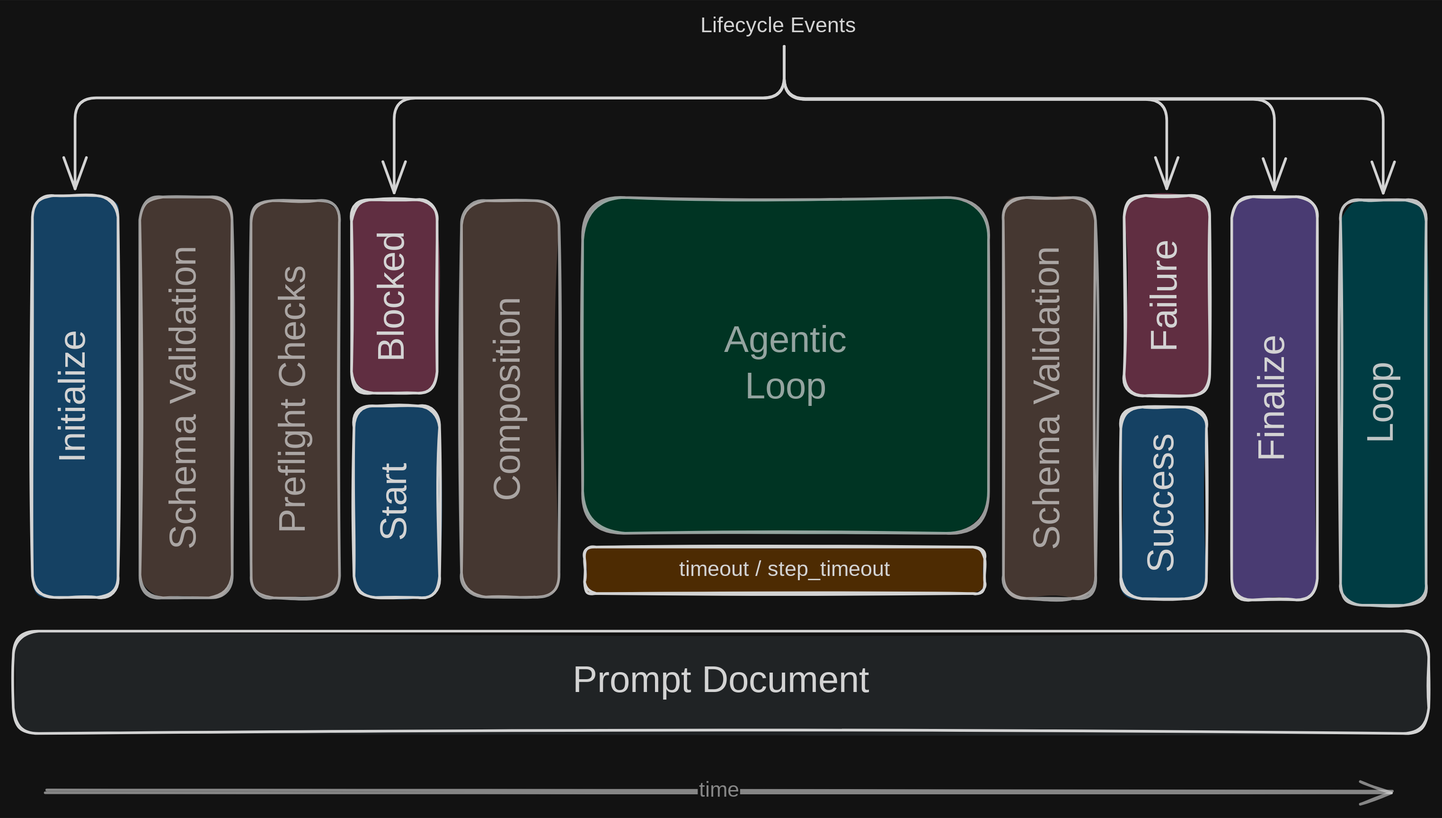
This is claudine/docs/getting-started/lifecycle.excalidraw.svg from yankeeinlondon/rusty-biscuit, a Excalidraw export, as it was before one commit. Source tidied: one line per element, renumbered; positions are measured from the earlier drawing's top-left corner, leaving out a move shared by most shapes.
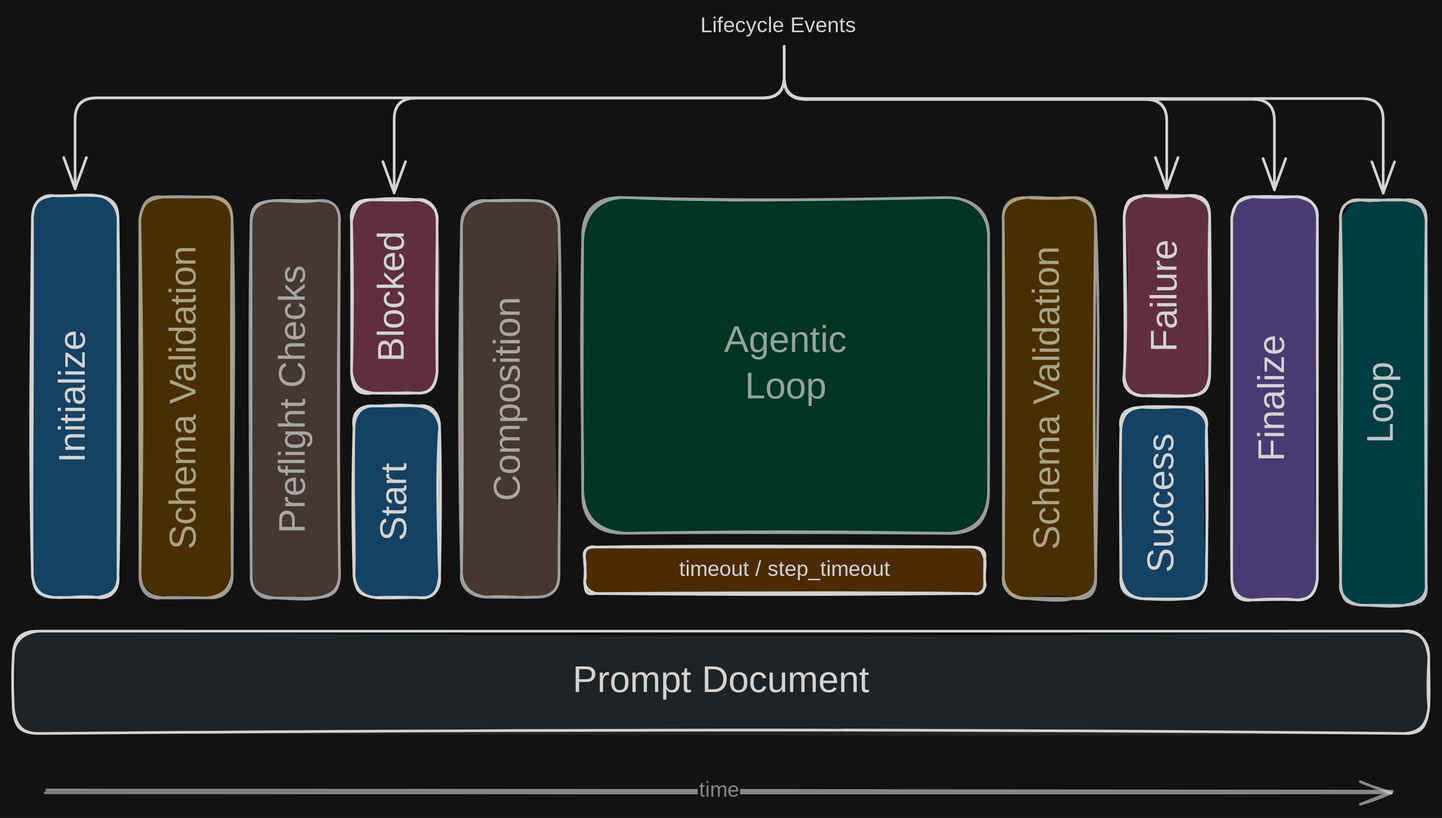
Later version of the same file.

Commit message:
docs(claudine): refresh harness and sequence docs for current reference grammar

Change to the diagram source:
```diff
@@ -22,7 +22,7 @@
 {"id": 21, "type": "text", "text": "Agentic\nLoop", "strokeColor": "#1e1e1e", "backgroundColor": "#d2bab0", "fillStyle": "solid", "strokeWidth": 2, "roughness": 1, "opacity": 70, "fontSize": 28, "fontFamily": 5, "textAlign": "center", "verticalAlign": "middle", "inside": 20, "x": 637, "y": 231, "width": 101, "height": 70}
 {"id": 22, "type": "rectangle", "strokeColor": "#1e1e1e", "backgroundColor": "#ffd8a8", "fillStyle": "solid", "strokeWidth": 2, "roughness": 1, "round": true, "x": 536, "y": 403, "width": 302, "height": 35}
 {"id": 23, "type": "text", "text": "timeout / step_timeout", "strokeColor": "#1e1e1e", "backgroundColor": "#ffd8a8", "fillStyle": "solid", "strokeWidth": 2, "roughness": 1, "fontSize": 16, "fontFamily": 5, "textAlign": "center", "verticalAlign": "middle", "inside": 22, "x": 594, "y": 410, "width": 186, "height": 20}
-{"id": 24, "type": "rectangle", "strokeColor": "#1e1e1e", "angle": 4.71, "backgroundColor": "#d2bab0", "fillStyle": "solid", "strokeWidth": 2, "roughness": 1, "opacity": 70, "round": true, "x": 84, "y": 255, "width": 302, "height": 70}
+{"id": 24, "type": "rectangle", "strokeColor": "#1e1e1e", "angle": 4.71, "backgroundColor": "#ffd43b", "fillStyle": "solid", "strokeWidth": 2, "roughness": 1, "opacity": 70, "round": true, "x": 84, "y": 255, "width": 302, "height": 70}
 {"id": 25, "type": "text", "text": "Schema Validation", "strokeColor": "#1e1e1e", "angle": 4.71, "backgroundColor": "#d2bab0", "fillStyle": "solid", "strokeWidth": 2, "roughness": 1, "opacity": 70, "fontSize": 28, "fontFamily": 5, "textAlign": "center", "verticalAlign": "middle", "inside": 24, "x": 115, "y": 272, "width": 240, "height": 35}
 {"id": 26, "type": "rectangle", "strokeColor": "#1e1e1e", "angle": 4.71, "backgroundColor": "#d0bfff", "fillStyle": "solid", "strokeWidth": 2, "roughness": 1, "round": true, "x": 905, "y": 258, "width": 304, "height": 65}
 {"id": 27, "type": "text", "text": "Finalize", "strokeColor": "#1e1e1e", "angle": 4.71, "backgroundColor": "#e9ecef", "fillStyle": "solid", "strokeWidth": 2, "roughness": 1, "fontSize": 28, "fontFamily": 5, "textAlign": "center", "verticalAlign": "middle", "inside": 26, "x": 1006, "y": 273, "width": 100, "height": 35}
@@ -32,5 +32,5 @@
 {"id": 31, "type": "arrow", "strokeColor": "#1e1e1e", "strokeWidth": 2, "roughness": 0, "endArrowhead": "arrow", "from": 28, "to": 10, "x": 687, "y": 25, "width": 289, "height": 107, "points": [[0, 0], [0, 40], [289, 40], [289, 107]]}
 {"id": 32, "type": "arrow", "strokeColor": "#1e1e1e", "strokeWidth": 2, "roughness": 0, "endArrowhead": "arrow", "from": 28, "to": 26, "x": 687, "y": 25, "width": 370, "height": 108, "points": [[0, 0], [0, 40], [370, 40], [370, 108]]}
 {"id": 33, "type": "arrow", "strokeColor": "#1e1e1e", "strokeWidth": 2, "roughness": 0, "endArrowhead": "arrow", "from": 28, "to": 14, "x": 687, "y": 25, "width": 452, "height": 111, "points": [[0, 0], [0, 39], [452, 39], [452, 111]]}
-{"id": 34, "type": "rectangle", "strokeColor": "#1e1e1e", "angle": 4.71, "backgroundColor": "#d2bab0", "fillStyle": "solid", "strokeWidth": 2, "roughness": 1, "opacity": 70, "round": true, "x": 736, "y": 255, "width": 302, "height": 70}
+{"id": 34, "type": "rectangle", "strokeColor": "#1e1e1e", "angle": 4.71, "backgroundColor": "#ffd43b", "fillStyle": "solid", "strokeWidth": 2, "roughness": 1, "opacity": 70, "round": true, "x": 736, "y": 255, "width": 302, "height": 70}
 {"id": 35, "type": "text", "text": "Schema Validation", "strokeColor": "#1e1e1e", "angle": 4.71, "backgroundColor": "#d2bab0", "fillStyle": "solid", "strokeWidth": 2, "roughness": 1, "opacity": 70, "fontSize": 28, "fontFamily": 5, "textAlign": "center", "verticalAlign": "middle", "inside": 34, "x": 767, "y": 273, "width": 240, "height": 35}
```
